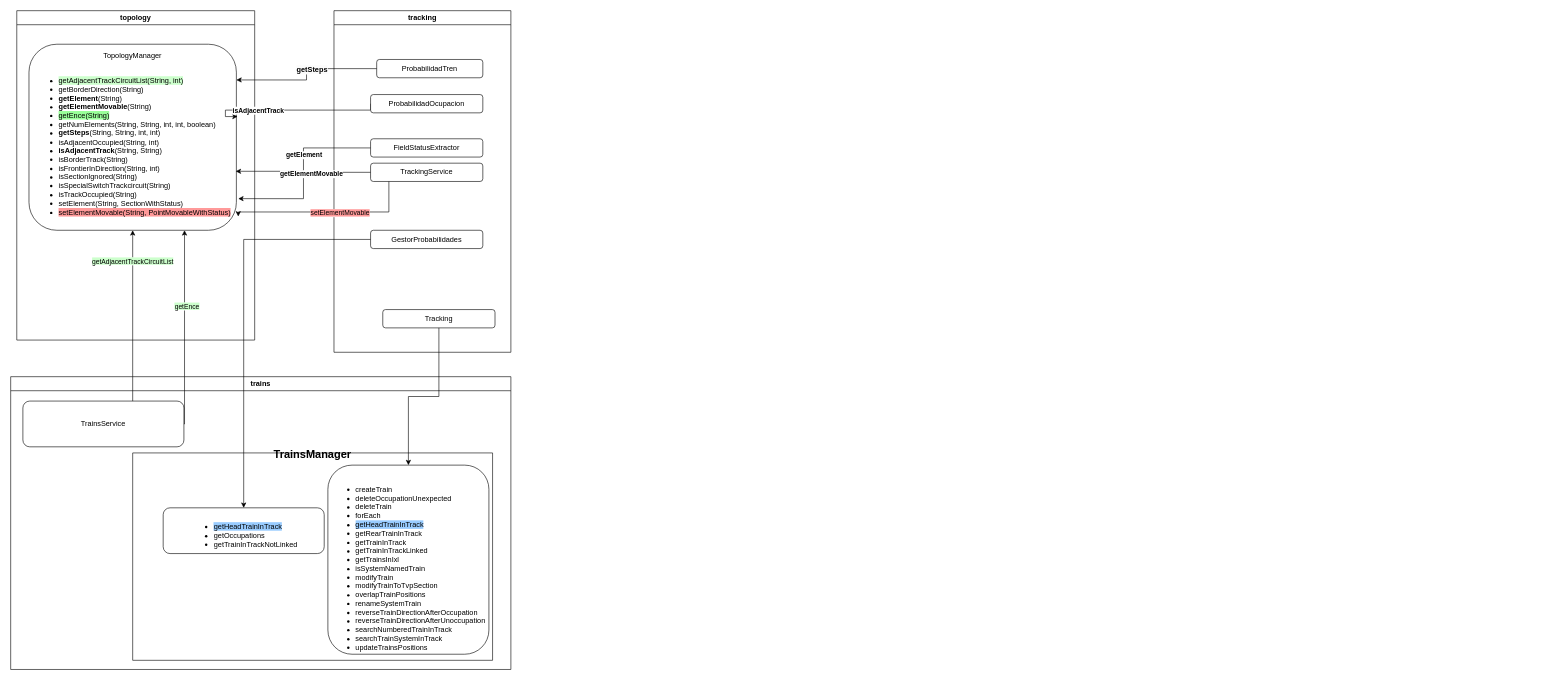
Before: page "trains architecture" (19 of 19) of TMS_FEC_SIEMENS.drawio in jeongon/DIAGRAMAS_TMS, a draw.io diagram. Source tidied: cells renumbered, new cells numbered last; positions are measured from the earlier drawing's top-left corner, leaving out a move shared by most shapes. Both pictures are drawn from the tidied source at 61%, with x=0, y=0 at pixel (10, 10).
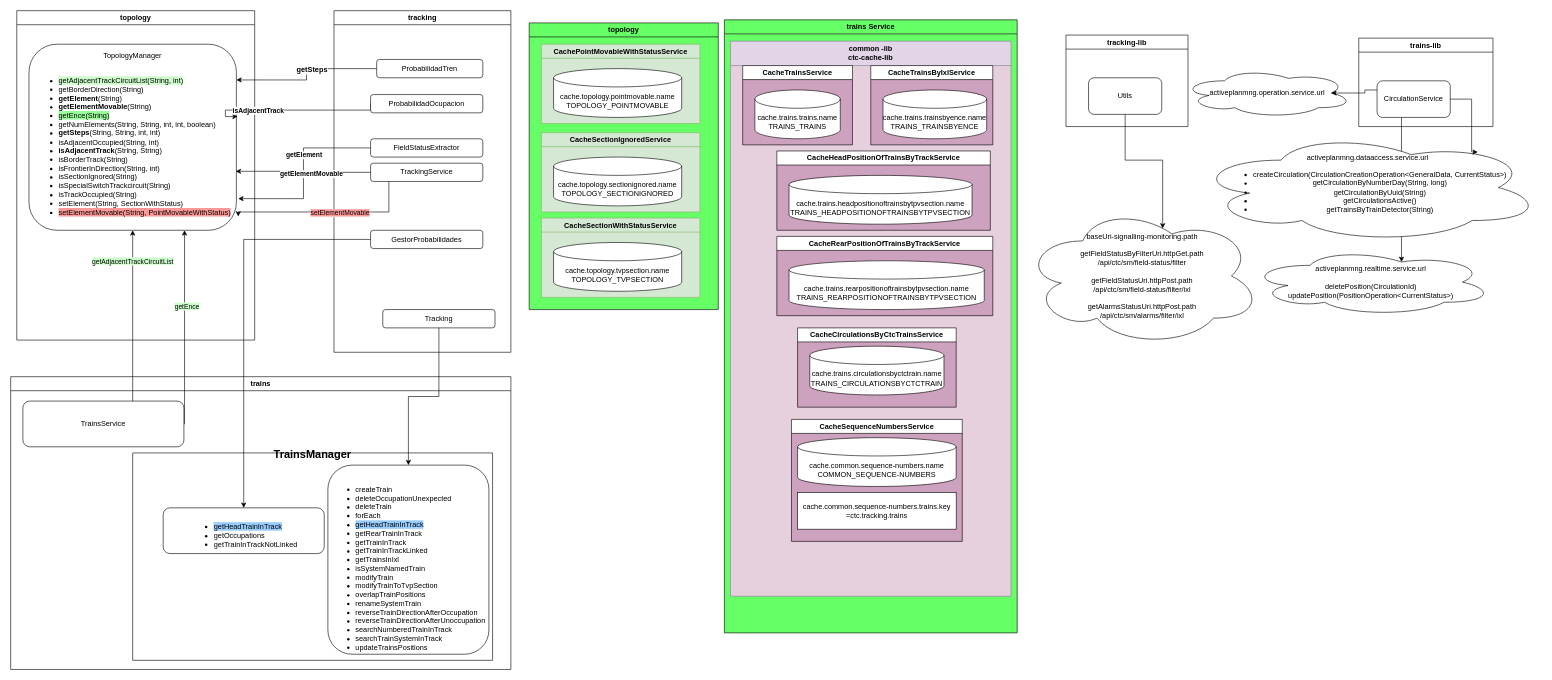
The same diagram, later.

What changed in the source:
```diff
@@
+    <mxCell id="32" style="edgeStyle=orthogonalEdgeStyle;rounded=0;jettySize=auto;html=1;entryX=0.625;entryY=0.2;entryDx=0;entryDy=0;entryPerimeter=0;" parent="1" edge="1" source="59" target="57">
+      <mxGeometry relative="1" as="geometry">
+        <Array as="points">
+          <mxPoint x="2280" y="200" />
+          <mxPoint x="2280" y="200" />
+        </Array>
+      </mxGeometry>
+    </mxCell>
@@
+    <mxCell id="33" value="topology" style="swimlane;whiteSpace=wrap;html=1;swimlaneFillColor=#66FF66;fillColor=#66FF66;" parent="1" vertex="1">
+      <mxGeometry x="850" y="20" width="310" height="470" as="geometry" />
+    </mxCell>
+    <mxCell id="34" value="CachePointMovableWithStatusService" style="swimlane;whiteSpace=wrap;html=1;fillColor=#d5e8d4;strokeColor=#82b366;swimlaneFillColor=#D5E8D4;" parent="33" vertex="1">
+      <mxGeometry x="20" y="35" width="260" height="130" as="geometry" />
+    </mxCell>
+    <mxCell id="35" value="&lt;div style=&quot;border-color: var(--border-color);&quot;&gt;cache.topology.pointmovable.name&lt;/div&gt;&lt;div style=&quot;border-color: var(--border-color);&quot;&gt;&lt;span style=&quot;border-color: var(--border-color); background-color: initial;&quot;&gt;TOPOLOGY_POINTMOVABLE&lt;/span&gt;&lt;/div&gt;" style="shape=cylinder3;whiteSpace=wrap;html=1;boundedLbl=1;backgroundOutline=1;size=15;" parent="34" vertex="1">
+      <mxGeometry x="20" y="40" width="210" height="80" as="geometry" />
+    </mxCell>
+    <mxCell id="36" value="CacheSectionIgnoredService" style="swimlane;whiteSpace=wrap;html=1;fillColor=#d5e8d4;strokeColor=#82b366;swimlaneFillColor=#D5E8D4;startSize=23;" parent="33" vertex="1">
+      <mxGeometry x="20" y="180" width="260" height="130" as="geometry" />
+    </mxCell>
+    <mxCell id="37" value="&lt;div style=&quot;border-color: var(--border-color);&quot;&gt;cache.topology.sectionignored.name&lt;br style=&quot;border-color: var(--border-color);&quot;&gt;&lt;div style=&quot;border-color: var(--border-color);&quot;&gt;&lt;span style=&quot;border-color: var(--border-color); background-color: initial;&quot;&gt;TOPOLOGY_SECTIONIGNORED&lt;/span&gt;&lt;/div&gt;&lt;/div&gt;" style="shape=cylinder3;whiteSpace=wrap;html=1;boundedLbl=1;backgroundOutline=1;size=15;" parent="36" vertex="1">
+      <mxGeometry x="20" y="40" width="210" height="80" as="geometry" />
+    </mxCell>
+    <mxCell id="38" value="CacheSectionWithStatusService" style="swimlane;whiteSpace=wrap;html=1;fillColor=#d5e8d4;strokeColor=#82b366;swimlaneFillColor=#D5E8D4;startSize=23;" parent="33" vertex="1">
+      <mxGeometry x="20" y="320" width="260" height="130" as="geometry" />
+    </mxCell>
+    <mxCell id="39" value="&lt;div style=&quot;border-color: var(--border-color);&quot;&gt;cache.topology.tvpsection.name&lt;br style=&quot;border-color: var(--border-color);&quot;&gt;&lt;div style=&quot;border-color: var(--border-color);&quot;&gt;TOPOLOGY_TVPSECTION&lt;/div&gt;&lt;/div&gt;" style="shape=cylinder3;whiteSpace=wrap;html=1;boundedLbl=1;backgroundOutline=1;size=15;" parent="38" vertex="1">
+      <mxGeometry x="20" y="40" width="210" height="80" as="geometry" />
+    </mxCell>
+    <mxCell id="40" value="trains Service" style="swimlane;whiteSpace=wrap;html=1;swimlaneFillColor=#66FF66;fillColor=#66FF66;" parent="1" vertex="1">
+      <mxGeometry x="1170" y="15" width="480" height="1005" as="geometry" />
+    </mxCell>
+    <mxCell id="41" value="common -lib&lt;br&gt;ctc-cache-lib" style="swimlane;whiteSpace=wrap;html=1;startSize=40;fillColor=#e1d5e7;strokeColor=#9673a6;swimlaneFillColor=#E6D0DE;" parent="40" vertex="1">
+      <mxGeometry x="10" y="35" width="460" height="910" as="geometry" />
+    </mxCell>
+    <mxCell id="42" value="CacheTrainsService" style="swimlane;whiteSpace=wrap;html=1;swimlaneFillColor=#CDA2BE;" parent="41" vertex="1">
+      <mxGeometry x="20" y="40" width="180" height="130" as="geometry" />
+    </mxCell>
+    <mxCell id="43" value="&lt;div&gt;cache.trains.trains.name&lt;/div&gt;&lt;div&gt;TRAINS_TRAINS&lt;/div&gt;" style="shape=cylinder3;whiteSpace=wrap;html=1;boundedLbl=1;backgroundOutline=1;size=15;" parent="42" vertex="1">
+      <mxGeometry x="20" y="40" width="140" height="80" as="geometry" />
+    </mxCell>
+    <mxCell id="44" value="CacheHeadPositionOfTrainsByTrackService" style="swimlane;whiteSpace=wrap;html=1;swimlaneFillColor=#CDA2BE;" parent="41" vertex="1">
+      <mxGeometry x="76" y="180" width="350" height="130" as="geometry" />
+    </mxCell>
+    <mxCell id="45" value="&lt;div&gt;cache.trains.headpositionoftrainsbytpvsection.name&lt;/div&gt;&lt;div&gt;TRAINS_HEADPOSITIONOFTRAINSBYTPVSECTION&lt;/div&gt;" style="shape=cylinder3;whiteSpace=wrap;html=1;boundedLbl=1;backgroundOutline=1;size=15;" parent="44" vertex="1">
+      <mxGeometry x="20" y="40" width="300" height="80" as="geometry" />
+    </mxCell>
+    <mxCell id="46" value="CacheRearPositionOfTrainsByTrackService" style="swimlane;whiteSpace=wrap;html=1;swimlaneFillColor=#CDA2BE;" parent="41" vertex="1">
+      <mxGeometry x="76" y="320" width="354" height="130" as="geometry" />
+    </mxCell>
+    <mxCell id="47" value="&lt;div&gt;cache.trains.rearpositionoftrainsbytpvsection.name&lt;/div&gt;&lt;div&gt;TRAINS_REARPOSITIONOFTRAINSBYTPVSECTION&lt;/div&gt;" style="shape=cylinder3;whiteSpace=wrap;html=1;boundedLbl=1;backgroundOutline=1;size=15;" parent="46" vertex="1">
+      <mxGeometry x="20" y="40" width="320" height="80" as="geometry" />
+    </mxCell>
+    <mxCell id="48" value="CacheCirculationsByCtcTrainsService" style="swimlane;whiteSpace=wrap;html=1;swimlaneFillColor=#CDA2BE;" parent="41" vertex="1">
+      <mxGeometry x="110" y="470" width="260" height="130" as="geometry" />
+    </mxCell>
+    <mxCell id="49" value="&lt;div&gt;cache.trains.circulationsbyctctrain.name&lt;/div&gt;&lt;div&gt;TRAINS_CIRCULATIONSBYCTCTRAIN&lt;/div&gt;" style="shape=cylinder3;whiteSpace=wrap;html=1;boundedLbl=1;backgroundOutline=1;size=15;" parent="48" vertex="1">
+      <mxGeometry x="20" y="30" width="220" height="80" as="geometry" />
+    </mxCell>
+    <mxCell id="50" value="CacheTrainsByIxlService" style="swimlane;whiteSpace=wrap;html=1;swimlaneFillColor=#CDA2BE;" parent="41" vertex="1">
+      <mxGeometry x="230" y="40" width="200" height="130" as="geometry" />
+    </mxCell>
+    <mxCell id="51" value="&lt;div&gt;cache.trains.trainsbyence.name&lt;/div&gt;&lt;div&gt;TRAINS_TRAINSBYENCE&lt;/div&gt;" style="shape=cylinder3;whiteSpace=wrap;html=1;boundedLbl=1;backgroundOutline=1;size=15;" parent="50" vertex="1">
+      <mxGeometry x="20" y="40" width="170" height="80" as="geometry" />
+    </mxCell>
+    <mxCell id="52" value="CacheSequenceNumbersService" style="swimlane;whiteSpace=wrap;html=1;swimlaneFillColor=#CDA2BE;" parent="41" vertex="1">
+      <mxGeometry x="100" y="620" width="280" height="200" as="geometry" />
+    </mxCell>
+    <mxCell id="53" value="cache.common.sequence-numbers.name&lt;br&gt;COMMON_SEQUENCE-NUMBERS" style="shape=cylinder3;whiteSpace=wrap;html=1;boundedLbl=1;backgroundOutline=1;size=15;" parent="52" vertex="1">
+      <mxGeometry x="10" y="30" width="260" height="80" as="geometry" />
+    </mxCell>
+    <mxCell id="54" value="cache.common.sequence-numbers.trains.key&lt;br&gt;=ctc.tracking.trains" style="whiteSpace=wrap;html=1;" parent="52" vertex="1">
+      <mxGeometry x="10" y="120" width="260" height="60" as="geometry" />
+    </mxCell>
+    <mxCell id="55" value="activeplanmng.operation.service.url" style="ellipse;shape=cloud;whiteSpace=wrap;html=1;" parent="1" vertex="1">
+      <mxGeometry x="1920" y="95" width="280" height="80" as="geometry" />
+    </mxCell>
+    <mxCell id="56" value="activeplanmng.dataaccess.service.url&lt;br&gt;&lt;div&gt;&lt;ul&gt;&lt;li style=&quot;&quot;&gt;createCirculation(CirculationCreationOperation&amp;lt;GeneralData, CurrentStatus&amp;gt;)&lt;/li&gt;&lt;li style=&quot;&quot;&gt;getCirculationByNumberDay(String, long)&lt;/li&gt;&lt;li style=&quot;&quot;&gt;getCirculationByUuid(String)&lt;/li&gt;&lt;li style=&quot;&quot;&gt;getCirculationsActive()&lt;/li&gt;&lt;li style=&quot;&quot;&gt;getTrainsByTrainDetector(String)&lt;/li&gt;&lt;/ul&gt;&lt;/div&gt;" style="ellipse;shape=cloud;whiteSpace=wrap;html=1;align=center;" parent="1" vertex="1">
+      <mxGeometry x="1940" y="200" width="570" height="180" as="geometry" />
+    </mxCell>
+    <mxCell id="57" value="activeplanmng.realtime.service.url&lt;br&gt;&lt;br&gt;&lt;div&gt;deletePosition(CirculationId)&lt;/div&gt;&lt;div&gt;updatePosition(PositionOperation&amp;lt;CurrentStatus&amp;gt;)&lt;/div&gt;" style="ellipse;shape=cloud;whiteSpace=wrap;html=1;" parent="1" vertex="1">
+      <mxGeometry x="2030" y="390" width="400" height="110" as="geometry" />
+    </mxCell>
+    <mxCell id="58" value="trains-lib" style="swimlane;whiteSpace=wrap;html=1;" parent="1" vertex="1">
+      <mxGeometry x="2210" y="45" width="220" height="145" as="geometry" />
+    </mxCell>
+    <mxCell id="59" value="CirculationService" style="rounded=1;whiteSpace=wrap;html=1;" parent="58" vertex="1">
+      <mxGeometry x="30" y="70" width="120" height="60" as="geometry" />
+    </mxCell>
+    <mxCell id="60" style="edgeStyle=orthogonalEdgeStyle;rounded=0;jettySize=auto;html=1;entryX=0.816;entryY=0.176;entryDx=0;entryDy=0;entryPerimeter=0;exitX=1;exitY=0.5;exitDx=0;exitDy=0;" parent="1" edge="1" source="59" target="56">
+      <mxGeometry relative="1" as="geometry">
+        <Array as="points">
+          <mxPoint x="2395" y="145" />
+        </Array>
+      </mxGeometry>
+    </mxCell>
+    <mxCell id="61" style="edgeStyle=orthogonalEdgeStyle;rounded=0;jettySize=auto;html=1;exitX=0;exitY=0.25;exitDx=0;exitDy=0;entryX=0.875;entryY=0.5;entryDx=0;entryDy=0;entryPerimeter=0;" parent="1" edge="1" source="59" target="55">
+      <mxGeometry relative="1" as="geometry" />
+    </mxCell>
+    <mxCell id="62" value="tracking-lib" style="swimlane;whiteSpace=wrap;html=1;" parent="1" vertex="1">
+      <mxGeometry x="1730" y="40" width="200" height="150" as="geometry" />
+    </mxCell>
+    <mxCell id="63" value="Utils" style="rounded=1;whiteSpace=wrap;html=1;" parent="62" vertex="1">
+      <mxGeometry x="37" y="70" width="120" height="60" as="geometry" />
+    </mxCell>
+    <mxCell id="64" value="baseUri-signalling-monitoring.path&lt;br&gt;&lt;br&gt;&lt;div&gt;getFieldStatusByFilterUri.httpGet.path&lt;/div&gt;&lt;div&gt;/api/ctc/sm/field-status/filter&lt;/div&gt;&lt;div&gt;&lt;br&gt;&lt;/div&gt;&lt;div&gt;getFieldStatusUri.httpPost.path&lt;/div&gt;&lt;div&gt;/api/ctc/sm/field-status/filter/ixl&lt;/div&gt;&lt;div&gt;&lt;br&gt;&lt;/div&gt;&lt;div&gt;getAlarmsStatusUri.httpPost.path&lt;/div&gt;&lt;div&gt;/api/ctc/sm/alarms/filter/ixl&lt;/div&gt;" style="ellipse;shape=cloud;whiteSpace=wrap;html=1;" parent="1" vertex="1">
+      <mxGeometry x="1660" y="320" width="390" height="230" as="geometry" />
+    </mxCell>
+    <mxCell id="65" style="edgeStyle=orthogonalEdgeStyle;rounded=0;jettySize=auto;html=1;entryX=0.586;entryY=0.161;entryDx=0;entryDy=0;entryPerimeter=0;" parent="1" edge="1" source="63" target="64">
+      <mxGeometry relative="1" as="geometry" />
+    </mxCell>
```
